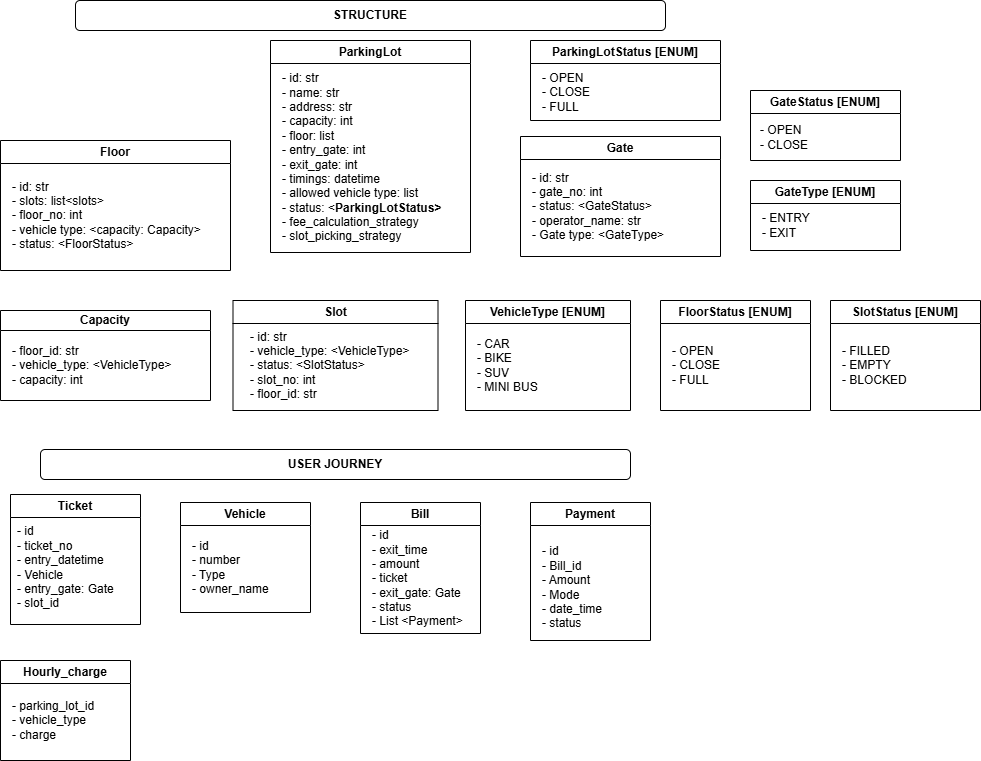
Earlier version of the draw.io export ParkingLot.png (ashu7mishra/ParkingLot). Source tidied: cells renumbered, new cells last; positions are measured from the earlier drawing's top-left corner, leaving out a move shared by most shapes.
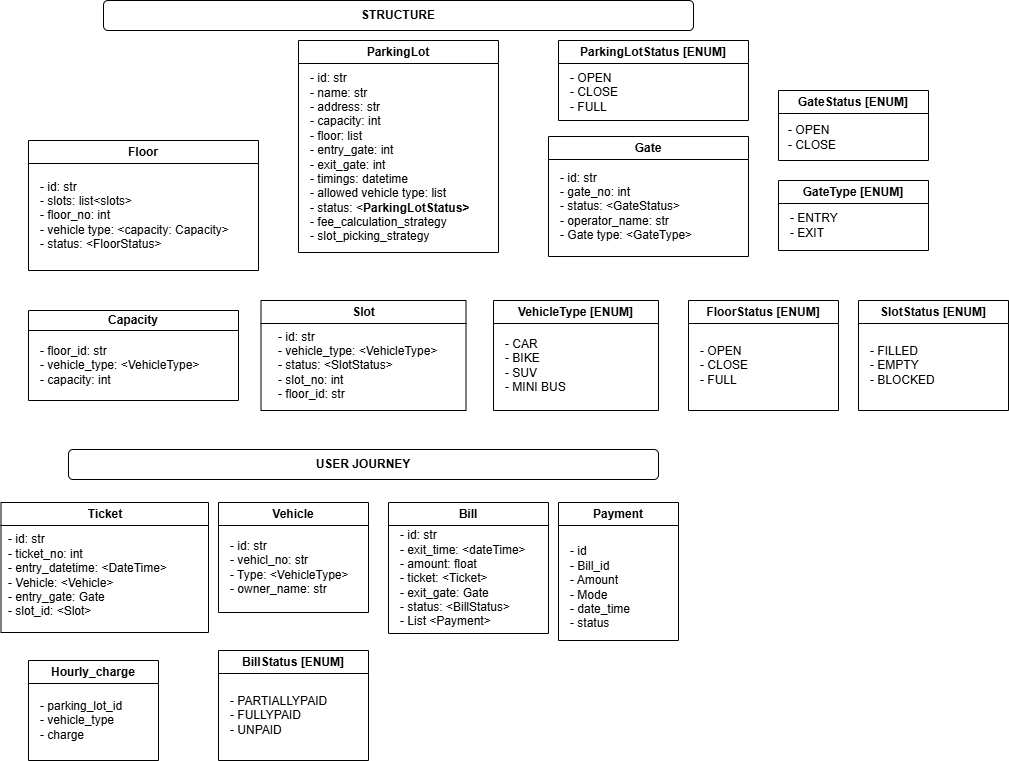
Later version of the same file.

What changed in the source:
```diff
@@ -27,22 +27,22 @@
       <mxGeometry x="10" y="25" width="160" height="90" as="geometry" />
     </mxCell>
     <mxCell id="10" value="Ticket" style="swimlane;whiteSpace=wrap;html=1;" parent="1" vertex="1">
-      <mxGeometry x="10" y="494" width="130" height="130" as="geometry" />
+      <mxGeometry x="-27.5" y="502" width="207.5" height="130" as="geometry" />
     </mxCell>
-    <mxCell id="11" value="- id&lt;div&gt;- ticket_no&lt;/div&gt;&lt;div&gt;- entry_datetime&lt;/div&gt;&lt;div&gt;- Vehicle&lt;/div&gt;&lt;div&gt;- entry_gate: Gate&lt;/div&gt;&lt;div&gt;- slot_id&lt;/div&gt;" style="text;html=1;align=left;verticalAlign=middle;strokeColor=none;fillColor=none;" parent="10" vertex="1">
-      <mxGeometry x="5" y="23" width="120" height="100" as="geometry" />
+    <mxCell id="11" value="- id: str&lt;div&gt;- ticket_no: int&lt;/div&gt;&lt;div&gt;- entry_datetime: &amp;lt;DateTime&amp;gt;&lt;/div&gt;&lt;div&gt;- Vehicle: &amp;lt;Vehicle&amp;gt;&lt;/div&gt;&lt;div&gt;- entry_gate: Gate&lt;/div&gt;&lt;div&gt;- slot_id: &amp;lt;Slot&amp;gt;&lt;/div&gt;" style="text;html=1;align=left;verticalAlign=middle;strokeColor=none;fillColor=none;" parent="10" vertex="1">
+      <mxGeometry x="5" y="23" width="180" height="100" as="geometry" />
     </mxCell>
     <mxCell id="12" value="Vehicle" style="swimlane;whiteSpace=wrap;html=1;" parent="1" vertex="1">
-      <mxGeometry x="180" y="502" width="130" height="110" as="geometry" />
+      <mxGeometry x="190" y="502" width="150" height="110" as="geometry" />
     </mxCell>
-    <mxCell id="13" value="- id&lt;div&gt;- number&lt;/div&gt;&lt;div&gt;- Type&lt;/div&gt;&lt;div&gt;- owner_name&lt;/div&gt;" style="text;html=1;align=left;verticalAlign=middle;strokeColor=none;fillColor=none;" parent="12" vertex="1">
-      <mxGeometry x="10" y="30" width="100" height="70" as="geometry" />
+    <mxCell id="13" value="- id: str&lt;div&gt;- vehicl_no: str&lt;/div&gt;&lt;div&gt;- Type: &amp;lt;VehicleType&amp;gt;&lt;/div&gt;&lt;div&gt;- owner_name: str&lt;/div&gt;" style="text;html=1;align=left;verticalAlign=middle;strokeColor=none;fillColor=none;" parent="12" vertex="1">
+      <mxGeometry x="10" y="30" width="140" height="70" as="geometry" />
     </mxCell>
     <mxCell id="14" value="Bill" style="swimlane;whiteSpace=wrap;html=1;" parent="1" vertex="1">
-      <mxGeometry x="360" y="502" width="120" height="131" as="geometry" />
+      <mxGeometry x="360" y="502" width="160" height="131" as="geometry" />
     </mxCell>
-    <mxCell id="15" value="- id&lt;div&gt;- exit_time&lt;/div&gt;&lt;div&gt;- amount&lt;/div&gt;&lt;div&gt;- ticket&lt;/div&gt;&lt;div&gt;- exit_gate: Gate&lt;/div&gt;&lt;div&gt;- status&lt;/div&gt;&lt;div&gt;- List &amp;lt;Payment&amp;gt;&lt;/div&gt;" style="text;html=1;align=left;verticalAlign=middle;strokeColor=none;fillColor=none;" parent="14" vertex="1">
-      <mxGeometry x="10" y="21" width="110" height="110" as="geometry" />
+    <mxCell id="15" value="- id: str&lt;div&gt;- exit_time: &amp;lt;dateTime&amp;gt;&lt;/div&gt;&lt;div&gt;- amount: float&lt;/div&gt;&lt;div&gt;- ticket: &amp;lt;Ticket&amp;gt;&lt;/div&gt;&lt;div&gt;- exit_gate: Gate&lt;/div&gt;&lt;div&gt;- status: &amp;lt;BillStatus&amp;gt;&lt;/div&gt;&lt;div&gt;- List &amp;lt;Payment&amp;gt;&lt;/div&gt;" style="text;html=1;align=left;verticalAlign=middle;strokeColor=none;fillColor=none;" parent="14" vertex="1">
+      <mxGeometry x="10" y="21" width="150" height="110" as="geometry" />
     </mxCell>
     <mxCell id="16" value="Payment" style="swimlane;whiteSpace=wrap;html=1;" parent="1" vertex="1">
       <mxGeometry x="530" y="502" width="120" height="138" as="geometry" />
@@ -104,5 +104,11 @@
     <mxCell id="35" value="- FILLED&lt;div&gt;- EMPTY&lt;/div&gt;&lt;div&gt;- BLOCKED&lt;/div&gt;" style="text;html=1;align=left;verticalAlign=middle;strokeColor=none;fillColor=none;" parent="34" vertex="1">
       <mxGeometry x="10" y="35" width="90" height="60" as="geometry" />
     </mxCell>
+    <mxCell id="36" value="BillStatus [ENUM]" style="swimlane;whiteSpace=wrap;html=1;" parent="1" vertex="1">
+      <mxGeometry x="190" y="650" width="150" height="110" as="geometry" />
+    </mxCell>
+    <mxCell id="37" value="- PARTIALLYPAID&lt;div&gt;- FULLYPAID&lt;/div&gt;&lt;div&gt;- UNPAID&lt;/div&gt;" style="text;html=1;align=left;verticalAlign=middle;strokeColor=none;fillColor=none;" parent="36" vertex="1">
+      <mxGeometry x="10" y="35" width="120" height="60" as="geometry" />
+    </mxCell>
   </root>
 </mxGraphModel>
```
